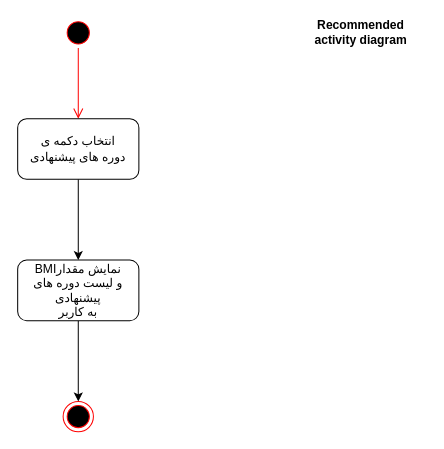
The draw.io diagram Docs./ActivityDiagram-Community.drawio in ShadiMe-flutter/Workout, before the edit. Source tidied: cells renumbered, new cells numbered last; positions are measured from the earlier drawing's top-left corner, leaving out a move shared by most shapes. Both pictures are drawn from the tidied source at 101%, with x=0, y=0 at pixel (17, 17).
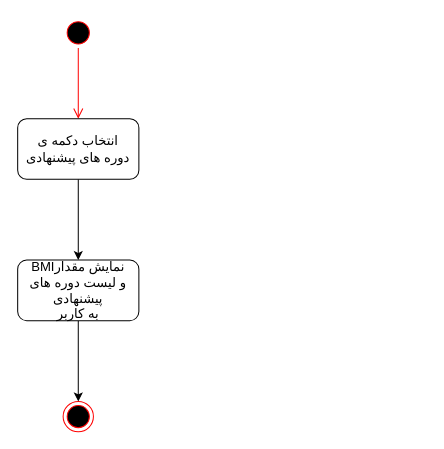
The same page after the edit.

Change to the diagram source:
```diff
@@
 <mxGraphModel>
   <root>
     <mxCell id="0" />
     <mxCell id="1" parent="0" />
     <mxCell id="2" style="ellipse;html=1;shape=startState;fillColor=#000000;strokeColor=#ff0000;" parent="1" vertex="1">
       <mxGeometry x="45" width="30" height="30" as="geometry" />
     </mxCell>
     <mxCell id="3" style="edgeStyle=orthogonalEdgeStyle;html=1;verticalAlign=bottom;endArrow=open;endSize=8;strokeColor=#ff0000;entryX=0.5;entryY=0;entryDx=0;entryDy=0;" parent="1" edge="1" source="2" target="5">
       <mxGeometry relative="1" as="geometry" />
     </mxCell>
     <mxCell id="4" style="edgeStyle=orthogonalEdgeStyle;rounded=0;jettySize=auto;html=1;" parent="1" edge="1" source="5" target="7">
       <mxGeometry relative="1" as="geometry" />
     </mxCell>
-    <mxCell id="5" value="&lt;div&gt;انتخاب دکمه ی &lt;br&gt;&lt;/div&gt;&lt;div&gt;دوره های پیشنهادی&lt;br&gt;&lt;/div&gt;" style="rounded=1;whiteSpace=wrap;html=1;" parent="1" vertex="1">
+    <mxCell id="5" value="&lt;div style=&quot;font-size: 13px&quot;&gt;&lt;font style=&quot;font-size: 13px&quot; face=&quot;B Zar&quot;&gt;انتخاب دکمه ی &lt;br&gt;&lt;/font&gt;&lt;/div&gt;&lt;div style=&quot;font-size: 13px&quot;&gt;&lt;font style=&quot;font-size: 13px&quot; face=&quot;B Zar&quot;&gt;دوره های پیشنهادی&lt;/font&gt;&lt;br&gt;&lt;/div&gt;" style="rounded=1;whiteSpace=wrap;html=1;" parent="1" vertex="1">
       <mxGeometry y="100" width="120" height="60" as="geometry" />
     </mxCell>
     <mxCell id="6" style="edgeStyle=orthogonalEdgeStyle;rounded=0;jettySize=auto;html=1;entryX=0.5;entryY=0;entryDx=0;entryDy=0;" parent="1" edge="1" source="7" target="8">
       <mxGeometry relative="1" as="geometry" />
     </mxCell>
-    <mxCell id="7" value="BMIنمایش مقدار&lt;br&gt;و&amp;nbsp;لیست دوره های پیشنهادی&lt;br&gt;&amp;nbsp;به کاربر&amp;nbsp;" style="rounded=1;whiteSpace=wrap;html=1;" parent="1" vertex="1">
+    <mxCell id="7" value="&lt;font face=&quot;B Zar&quot; style=&quot;font-size: 13px&quot;&gt;BMIنمایش مقدار&lt;br&gt;و&amp;nbsp;لیست دوره های پیشنهادی&lt;br&gt;&amp;nbsp;به کاربر&amp;nbsp;&lt;/font&gt;" style="rounded=1;whiteSpace=wrap;html=1;" parent="1" vertex="1">
       <mxGeometry y="240" width="120" height="60" as="geometry" />
     </mxCell>
     <mxCell id="8" style="ellipse;html=1;shape=endState;fillColor=#000000;strokeColor=#ff0000;" parent="1" vertex="1">
       <mxGeometry x="45" y="380" width="30" height="30" as="geometry" />
     </mxCell>
-    <mxCell id="9" value="&lt;b&gt;Recommended activity diagram&lt;/b&gt;" style="text;html=1;strokeColor=none;fillColor=none;align=center;verticalAlign=middle;whiteSpace=wrap;rounded=0;" parent="1" vertex="1">
-      <mxGeometry x="275" y="10" width="130" height="10" as="geometry" />
-    </mxCell>
   </root>
 </mxGraphModel>
```
